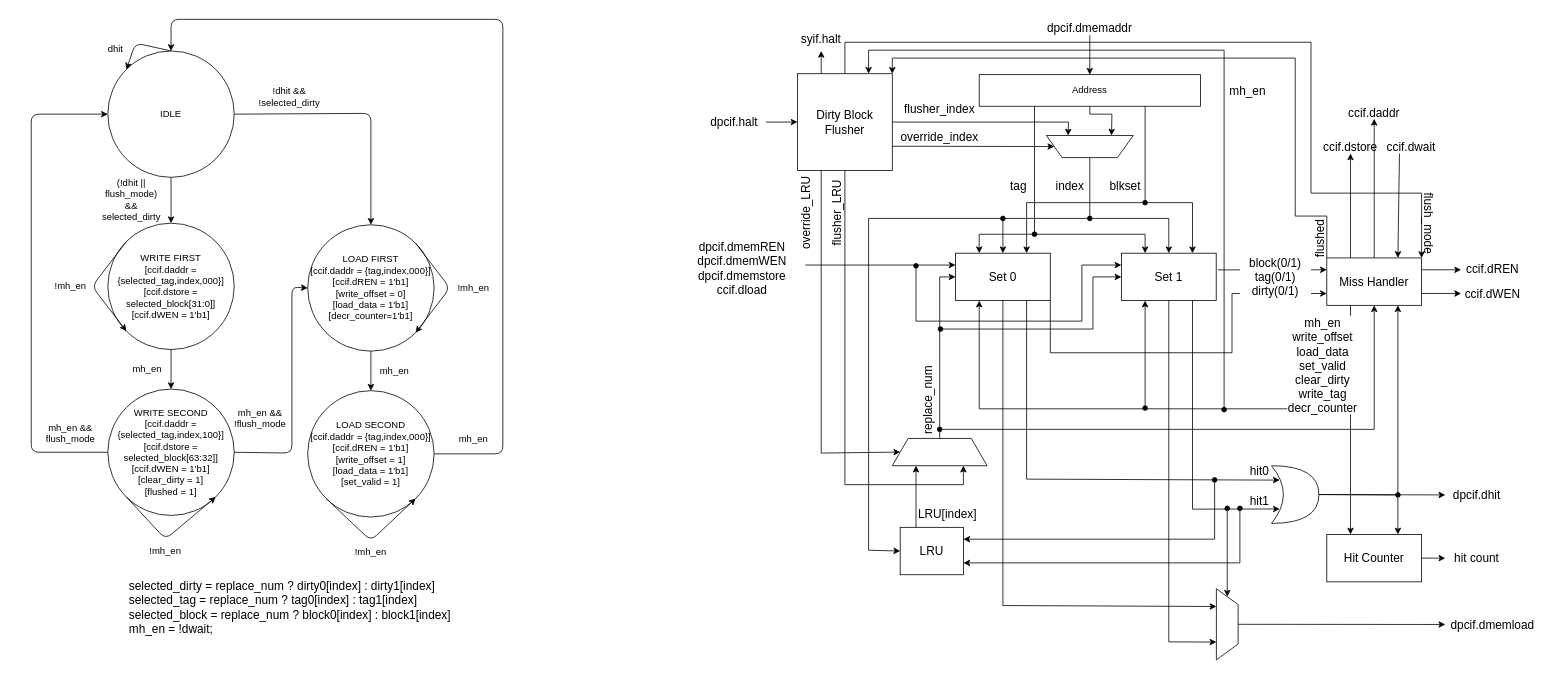
This is page "Page-2" (2 of 2) of Caches.drawio from dsrasheed/ece437, a draw.io file, before an edit. Source tidied: cells renumbered, new cells numbered last; positions are measured from the earlier drawing's top-left corner, leaving out a move shared by most shapes. Both pictures are drawn from the tidied source at 79%, with x=0, y=0 at pixel (31, 19).
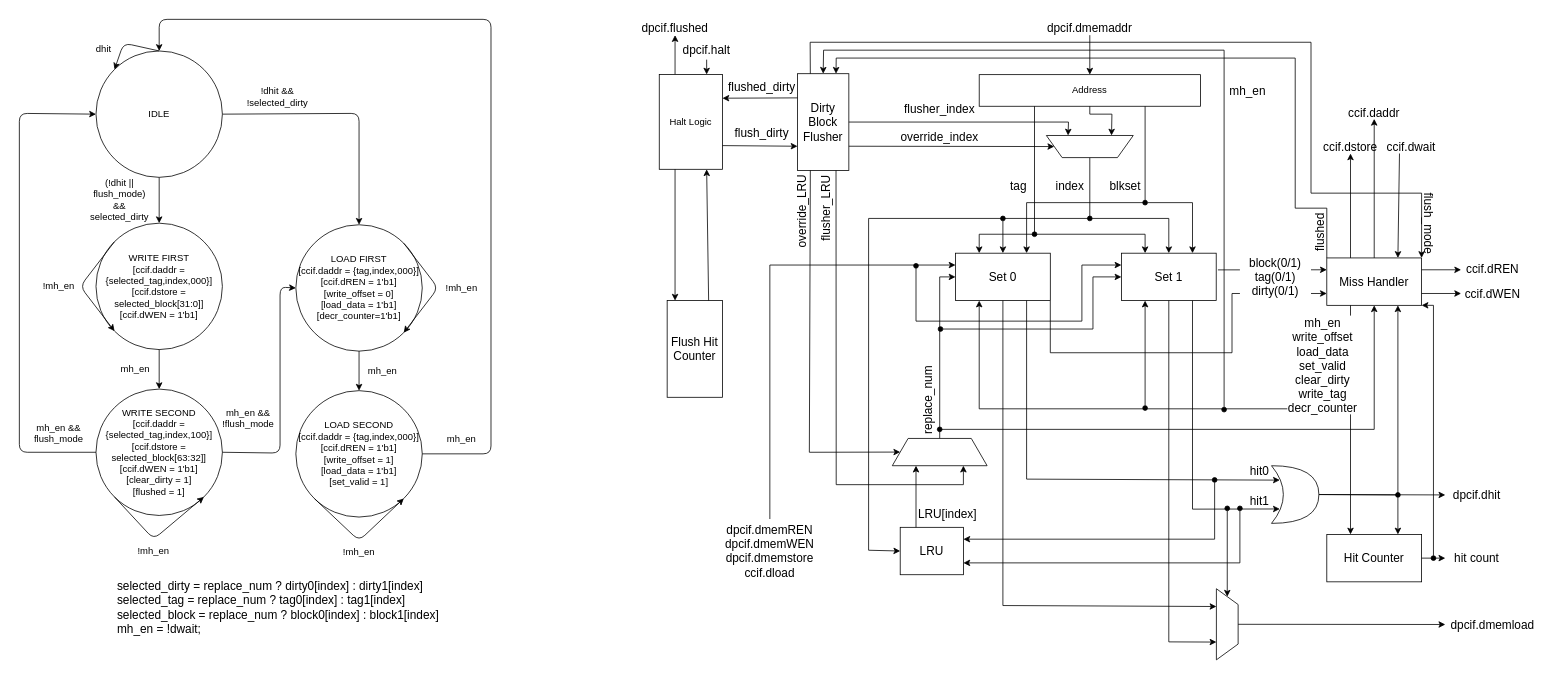
After the change.

Unchanged cells that the change refers to:
```xml
<mxCell id="27" value="Miss Handler" style="rounded=0;whiteSpace=wrap;html=1;fontSize=15;" parent="1" vertex="1">
  <mxGeometry x="1640" y="302" width="120" height="60" as="geometry" />
</mxCell>
<mxCell id="28" value="Set 0" style="rounded=0;whiteSpace=wrap;html=1;fontSize=15;" parent="1" vertex="1">
  <mxGeometry x="1170" y="296" width="120" height="60" as="geometry" />
</mxCell>
<mxCell id="61" style="shape=trapezoid;perimeter=trapezoidPerimeter;whiteSpace=wrap;html=1;fixedSize=1;fontSize=15;rotation=90;" parent="1" vertex="1">
  <mxGeometry x="1469" y="752" width="90" height="27.5" as="geometry" />
</mxCell>
<mxCell id="105" style="shape=trapezoid;perimeter=trapezoidPerimeter;whiteSpace=wrap;html=1;fixedSize=1;fontSize=15;strokeColor=default;fillColor=default;" parent="1" vertex="1">
  <mxGeometry x="1090" y="530.5" width="120" height="34.5" as="geometry" />
</mxCell>
```

Diff of the diagram source:
```diff
@@
     <mxCell id="2" value="WRITE FIRST&lt;br&gt;[ccif.daddr = {selected_tag,index,000}]&lt;br&gt;[ccif.dstore = selected_block[31:0]]&lt;br&gt;[ccif.dWEN = 1'b1]" style="ellipse;whiteSpace=wrap;html=1;" parent="1" vertex="1">
-      <mxGeometry x="97" y="258" width="160" height="160" as="geometry" />
+      <mxGeometry x="82" y="258" width="160" height="160" as="geometry" />
     </mxCell>
     <mxCell id="3" value="(!dhit || flush_mode) &amp;amp;&amp;amp; selected_dirty" style="text;html=1;strokeColor=none;fillColor=none;align=center;verticalAlign=middle;whiteSpace=wrap;rounded=0;" parent="1" vertex="1">
-      <mxGeometry x="87" y="218" width="80" height="20" as="geometry" />
+      <mxGeometry x="72" y="218" width="80" height="20" as="geometry" />
     </mxCell>
     <mxCell id="4" value="WRITE SECOND&lt;br&gt;[ccif.daddr = {selected_tag,index,100}]&lt;br&gt;[ccif.dstore = selected_block[63:32]]&lt;br&gt;[ccif.dWEN = 1'b1]&lt;br&gt;[clear_dirty = 1]&lt;br&gt;[flushed = 1]" style="ellipse;whiteSpace=wrap;html=1;" parent="1" vertex="1">
-      <mxGeometry x="97" y="468" width="160" height="160" as="geometry" />
+      <mxGeometry x="82" y="468" width="160" height="160" as="geometry" />
     </mxCell>
@@
     <mxCell id="6" style="endArrow=classic;html=1;rounded=1;entryX=0;entryY=1;entryDx=0;entryDy=0;exitX=0;exitY=0;exitDx=0;exitDy=0;" parent="1" edge="1" source="2" target="2">
       <mxGeometry relative="1" as="geometry">
         <Array as="points">
-          <mxPoint x="77" y="338" />
+          <mxPoint x="62" y="338" />
         </Array>
       </mxGeometry>
     </mxCell>
     <mxCell id="7" value="!mh_en" style="text;html=1;strokeColor=none;fillColor=none;align=center;verticalAlign=middle;whiteSpace=wrap;rounded=0;" parent="1" vertex="1">
-      <mxGeometry x="30" y="323" width="40" height="30" as="geometry" />
+      <mxGeometry x="15" y="323" width="40" height="30" as="geometry" />
     </mxCell>
     <mxCell id="8" value="mh_en" style="text;html=1;strokeColor=none;fillColor=none;align=center;verticalAlign=middle;whiteSpace=wrap;rounded=0;" parent="1" vertex="1">
-      <mxGeometry x="127" y="428" width="40" height="30" as="geometry" />
+      <mxGeometry x="112" y="428" width="40" height="30" as="geometry" />
     </mxCell>
     <mxCell id="9" style="endArrow=classic;html=1;exitX=0;exitY=1;exitDx=0;exitDy=0;entryX=1;entryY=1;entryDx=0;entryDy=0;rounded=1;" parent="1" edge="1" source="4" target="4">
       <mxGeometry relative="1" as="geometry">
         <Array as="points">
-          <mxPoint x="170" y="658" />
+          <mxPoint x="155" y="658" />
         </Array>
       </mxGeometry>
     </mxCell>
     <mxCell id="10" value="!mh_en" style="text;html=1;strokeColor=none;fillColor=none;align=center;verticalAlign=middle;whiteSpace=wrap;rounded=0;" parent="1" vertex="1">
-      <mxGeometry x="150" y="658" width="40" height="30" as="geometry" />
+      <mxGeometry x="135" y="658" width="40" height="30" as="geometry" />
     </mxCell>
     <mxCell id="11" value="LOAD FIRST&lt;br&gt;[ccif.daddr = {tag,index,000}]&lt;br&gt;[ccif.dREN = 1'b1]&lt;br&gt;[write_offset = 0]&lt;br&gt;[load_data = 1'b1]&lt;br&gt;[decr_counter=1'b1]" style="ellipse;whiteSpace=wrap;html=1;" parent="1" vertex="1">
-      <mxGeometry x="350" y="260" width="160" height="160" as="geometry" />
+      <mxGeometry x="335" y="260" width="160" height="160" as="geometry" />
     </mxCell>
     <mxCell id="12" style="endArrow=classic;html=1;rounded=1;entryX=0;entryY=0.5;entryDx=0;entryDy=0;exitX=1;exitY=0.5;exitDx=0;exitDy=0;" parent="1" edge="1" source="4" target="11">
       <mxGeometry relative="1" as="geometry">
         <Array as="points">
-          <mxPoint x="330" y="549" />
-          <mxPoint x="330" y="339" />
+          <mxPoint x="315" y="549" />
+          <mxPoint x="315" y="339" />
         </Array>
       </mxGeometry>
     </mxCell>
     <mxCell id="13" value="mh_en &amp;amp;&amp;amp; !flush_mode" style="text;html=1;strokeColor=none;fillColor=none;align=center;verticalAlign=middle;whiteSpace=wrap;rounded=0;" parent="1" vertex="1">
-      <mxGeometry x="270" y="490" width="40" height="30" as="geometry" />
+      <mxGeometry x="255" y="490" width="40" height="30" as="geometry" />
     </mxCell>
@@
     <mxCell id="15" value="LOAD SECOND&lt;br&gt;[ccif.daddr = {tag,index,000}]&lt;br&gt;[ccif.dREN = 1'b1]&lt;br&gt;[write_offset = 1]&lt;br&gt;[load_data = 1'b1]&lt;br&gt;[set_valid = 1]" style="ellipse;whiteSpace=wrap;html=1;" parent="1" vertex="1">
-      <mxGeometry x="350" y="470" width="160" height="160" as="geometry" />
+      <mxGeometry x="335" y="470" width="160" height="160" as="geometry" />
     </mxCell>
     <mxCell id="16" style="endArrow=classic;html=1;rounded=1;exitX=1;exitY=0;exitDx=0;exitDy=0;entryX=1;entryY=1;entryDx=0;entryDy=0;" parent="1" edge="1" source="11" target="11">
       <mxGeometry relative="1" as="geometry">
         <Array as="points">
-          <mxPoint x="530" y="340" />
+          <mxPoint x="515" y="340" />
         </Array>
       </mxGeometry>
     </mxCell>
     <mxCell id="17" value="!mh_en" style="text;html=1;strokeColor=none;fillColor=none;align=center;verticalAlign=middle;whiteSpace=wrap;rounded=0;" parent="1" vertex="1">
-      <mxGeometry x="540" y="325" width="40" height="30" as="geometry" />
+      <mxGeometry x="525" y="325" width="40" height="30" as="geometry" />
     </mxCell>
     <mxCell id="18" value="mh_en" style="text;html=1;strokeColor=none;fillColor=none;align=center;verticalAlign=middle;whiteSpace=wrap;rounded=0;" parent="1" vertex="1">
-      <mxGeometry x="440" y="430" width="40" height="30" as="geometry" />
+      <mxGeometry x="425" y="430" width="40" height="30" as="geometry" />
     </mxCell>
@@
     <mxCell id="20" style="endArrow=classic;html=1;rounded=1;exitX=1;exitY=0.5;exitDx=0;exitDy=0;entryX=0.5;entryY=0;entryDx=0;entryDy=0;" parent="1" edge="1" source="68" target="11">
       <mxGeometry relative="1" as="geometry">
         <Array as="points">
-          <mxPoint x="430" y="119" />
+          <mxPoint x="415" y="119" />
         </Array>
       </mxGeometry>
     </mxCell>
     <mxCell id="21" value="!dhit &amp;amp;&amp;amp; !selected_dirty" style="text;html=1;strokeColor=none;fillColor=none;align=center;verticalAlign=middle;whiteSpace=wrap;rounded=0;" parent="1" vertex="1">
-      <mxGeometry x="287" y="88" width="80" height="20" as="geometry" />
+      <mxGeometry x="272" y="88" width="80" height="20" as="geometry" />
     </mxCell>
     <mxCell id="22" style="endArrow=classic;html=1;rounded=1;exitX=0;exitY=1;exitDx=0;exitDy=0;entryX=1;entryY=1;entryDx=0;entryDy=0;" parent="1" edge="1" source="15" target="15">
       <mxGeometry relative="1" as="geometry">
         <Array as="points">
-          <mxPoint x="430" y="660" />
+          <mxPoint x="415" y="660" />
         </Array>
       </mxGeometry>
     </mxCell>
     <mxCell id="23" value="!mh_en" style="text;html=1;strokeColor=none;fillColor=none;align=center;verticalAlign=middle;whiteSpace=wrap;rounded=0;" parent="1" vertex="1">
-      <mxGeometry x="410" y="660" width="40" height="30" as="geometry" />
+      <mxGeometry x="395" y="660" width="40" height="30" as="geometry" />
     </mxCell>
     <mxCell id="24" value="mh_en" style="text;html=1;strokeColor=none;fillColor=none;align=center;verticalAlign=middle;whiteSpace=wrap;rounded=0;" parent="1" vertex="1">
-      <mxGeometry x="530" y="516.5" width="60" height="30" as="geometry" />
+      <mxGeometry x="515" y="516.5" width="60" height="30" as="geometry" />
     </mxCell>
     <mxCell id="25" style="endArrow=classic;html=1;rounded=1;exitX=1;exitY=0.5;exitDx=0;exitDy=0;entryX=0.5;entryY=0;entryDx=0;entryDy=0;" parent="1" edge="1" source="15" target="68">
       <mxGeometry relative="1" as="geometry">
         <Array as="points">
-          <mxPoint x="597" y="550" />
-          <mxPoint x="597" />
-          <mxPoint x="177" />
+          <mxPoint x="582" y="550" />
+          <mxPoint x="582" />
+          <mxPoint x="162" />
         </Array>
       </mxGeometry>
     </mxCell>
     <mxCell id="26" value="&lt;font style=&quot;font-size: 15px&quot;&gt;selected_dirty = replace_num ? dirty0[index] : dirty1[index]&amp;nbsp;&lt;br&gt;selected_tag = replace_num ? tag0[index] : tag1[index]&amp;nbsp;&lt;br&gt;selected_block = replace_num ? block0[index] : block1[index]&amp;nbsp;&lt;br&gt;mh_en = !dwait;&lt;br&gt;&lt;/font&gt;" style="text;html=1;strokeColor=none;fillColor=none;align=left;verticalAlign=middle;whiteSpace=wrap;rounded=0;" parent="1" vertex="1">
-      <mxGeometry x="122" y="700" width="430" height="87.5" as="geometry" />
+      <mxGeometry x="107" y="700" width="430" height="87.5" as="geometry" />
     </mxCell>
@@
-    <mxCell id="56" style="endArrow=classic;html=1;rounded=0;fontSize=15;entryX=0;entryY=0.25;entryDx=0;entryDy=0;" parent="1" edge="1" target="28">
+    <mxCell id="56" style="endArrow=classic;html=1;rounded=0;fontSize=15;entryX=0;entryY=0.25;entryDx=0;entryDy=0;exitX=0.5;exitY=0;exitDx=0;exitDy=0;" parent="1" edge="1" source="57" target="28">
       <mxGeometry relative="1" as="geometry">
-        <mxPoint x="980" y="311" as="sourcePoint" />
+        <Array as="points">
+          <mxPoint x="935" y="311" />
+        </Array>
       </mxGeometry>
     </mxCell>
     <mxCell id="57" value="dpcif.dmemREN&lt;br&gt;dpcif.dmemWEN&lt;br&gt;dpcif.dmemstore&lt;br&gt;ccif.dload" style="text;html=1;strokeColor=none;fillColor=none;align=center;verticalAlign=middle;whiteSpace=wrap;rounded=0;fontSize=15;" parent="1" vertex="1">
-      <mxGeometry x="870" y="300" width="60" height="30" as="geometry" />
+      <mxGeometry x="905" y="632.5" width="60" height="81" as="geometry" />
     </mxCell>
@@
-    <mxCell id="67" style="endArrow=classic;html=1;rounded=0;fontSize=15;entryX=0.25;entryY=1;entryDx=0;entryDy=0;exitX=0.5;exitY=1;exitDx=0;exitDy=0;" parent="1" edge="1" source="28" target="61">
+    <mxCell id="67" style="endArrow=classic;html=1;rounded=0;fontSize=15;exitX=0.5;exitY=1;exitDx=0;exitDy=0;entryX=0.25;entryY=1;entryDx=0;entryDy=0;" parent="1" edge="1" source="28" target="61">
       <mxGeometry relative="1" as="geometry">
         <Array as="points">
           <mxPoint x="1230" y="742" />
         </Array>
       </mxGeometry>
     </mxCell>
     <mxCell id="68" value="IDLE" style="ellipse;whiteSpace=wrap;html=1;" parent="1" vertex="1">
-      <mxGeometry x="97" y="40" width="160" height="160" as="geometry" />
+      <mxGeometry x="82" y="40" width="160" height="160" as="geometry" />
     </mxCell>
@@
     <mxCell id="88" value="Dirty Block Flusher" style="rounded=0;whiteSpace=wrap;html=1;fontSize=15;strokeColor=default;fillColor=default;" parent="1" vertex="1">
-      <mxGeometry x="970" y="68.8" width="120" height="122.4" as="geometry" />
+      <mxGeometry x="970" y="68.8" width="65" height="122.4" as="geometry" />
     </mxCell>
     <mxCell id="89" style="endArrow=classic;html=1;rounded=1;fontSize=15;entryX=0;entryY=0;entryDx=0;entryDy=0;exitX=0.5;exitY=0;exitDx=0;exitDy=0;" parent="1" edge="1" source="68" target="68">
       <mxGeometry relative="1" as="geometry">
         <Array as="points">
-          <mxPoint x="132" y="30" />
+          <mxPoint x="117" y="30" />
         </Array>
       </mxGeometry>
     </mxCell>
     <mxCell id="90" value="dhit" style="text;html=1;strokeColor=none;fillColor=none;align=center;verticalAlign=middle;whiteSpace=wrap;rounded=0;" parent="1" vertex="1">
-      <mxGeometry x="92" y="27.9" width="30" height="20" as="geometry" />
+      <mxGeometry x="77" y="27.9" width="30" height="20" as="geometry" />
     </mxCell>
     <mxCell id="91" value="mh_en &amp;amp;&amp;amp; flush_mode" style="text;html=1;strokeColor=none;fillColor=none;align=center;verticalAlign=middle;whiteSpace=wrap;rounded=0;" parent="1" vertex="1">
-      <mxGeometry x="30" y="509" width="40" height="30" as="geometry" />
+      <mxGeometry x="15" y="509" width="40" height="30" as="geometry" />
     </mxCell>
@@
-    <mxCell id="98" style="endArrow=classic;html=1;rounded=0;fontSize=15;entryX=0;entryY=0.5;entryDx=0;entryDy=0;" parent="1" edge="1" target="88">
+    <mxCell id="98" style="endArrow=classic;html=1;rounded=0;fontSize=15;exitX=0.5;exitY=1;exitDx=0;exitDy=0;entryX=0.75;entryY=0;entryDx=0;entryDy=0;" parent="1" edge="1" target="117">
       <mxGeometry relative="1" as="geometry">
-        <mxPoint x="930" y="130" as="sourcePoint" />
+        <mxPoint x="855" y="51" as="sourcePoint" />
       </mxGeometry>
     </mxCell>
     <mxCell id="99" value="dpcif.halt" style="text;html=1;strokeColor=none;fillColor=none;align=center;verticalAlign=middle;whiteSpace=wrap;rounded=0;fontSize=15;" parent="1" vertex="1">
-      <mxGeometry x="860" y="115" width="60" height="30" as="geometry" />
+      <mxGeometry x="825" y="22.9" width="60" height="30" as="geometry" />
     </mxCell>
-    <mxCell id="100" style="endArrow=classic;html=1;rounded=0;fontSize=15;exitX=0.25;exitY=0;exitDx=0;exitDy=0;" parent="1" edge="1" source="88">
-      <mxGeometry relative="1" as="geometry">
-        <mxPoint x="1000" y="40" as="targetPoint" />
-      </mxGeometry>
+    <mxCell id="100" style="endArrow=classic;html=1;rounded=0;fontSize=15;exitX=0.25;exitY=0;exitDx=0;exitDy=0;" parent="1" edge="1" source="117" target="104">
+      <mxGeometry relative="1" as="geometry" />
     </mxCell>
-    <mxCell id="101" style="endArrow=classic;html=1;rounded=0;fontSize=15;entryX=1;entryY=0;entryDx=0;entryDy=0;exitX=0.5;exitY=0;exitDx=0;exitDy=0;" parent="1" edge="1" source="88" target="27">
+    <mxCell id="101" style="endArrow=classic;html=1;rounded=0;fontSize=15;entryX=1;entryY=0;entryDx=0;entryDy=0;exitX=0.25;exitY=0;exitDx=0;exitDy=0;" parent="1" edge="1" source="88" target="27">
       <mxGeometry relative="1" as="geometry">
         <Array as="points">
-          <mxPoint x="1030" y="29" />
+          <mxPoint x="986" y="29" />
           <mxPoint x="1620" y="29" />
           <mxPoint x="1620" y="220" />
           <mxPoint x="1760" y="220" />
         </Array>
       </mxGeometry>
     </mxCell>
@@
-    <mxCell id="104" value="syif.halt" style="text;html=1;strokeColor=none;fillColor=none;align=center;verticalAlign=middle;whiteSpace=wrap;rounded=0;fontSize=15;" parent="1" vertex="1">
-      <mxGeometry x="970" y="15" width="60" height="20" as="geometry" />
+    <mxCell id="104" value="dpcif.flushed" style="text;html=1;strokeColor=none;fillColor=none;align=center;verticalAlign=middle;whiteSpace=wrap;rounded=0;fontSize=15;" parent="1" vertex="1">
+      <mxGeometry x="785" width="60" height="20" as="geometry" />
     </mxCell>
@@
     <mxCell id="107" style="endArrow=classic;html=1;rounded=0;fontSize=15;entryX=0;entryY=0.5;entryDx=0;entryDy=0;exitX=0.25;exitY=1;exitDx=0;exitDy=0;" parent="1" edge="1" source="88" target="105">
       <mxGeometry relative="1" as="geometry">
         <Array as="points">
-          <mxPoint x="1000" y="549" />
+          <mxPoint x="985" y="548" />
         </Array>
       </mxGeometry>
     </mxCell>
     <mxCell id="108" value="override_LRU" style="text;html=1;strokeColor=none;fillColor=none;align=center;verticalAlign=middle;whiteSpace=wrap;rounded=0;fontSize=15;rotation=-90;" parent="1" vertex="1">
-      <mxGeometry x="950" y="230" width="60" height="30" as="geometry" />
+      <mxGeometry x="945" y="228" width="60" height="30" as="geometry" />
     </mxCell>
-    <mxCell id="109" style="endArrow=classic;html=1;rounded=0;fontSize=15;exitX=0.5;exitY=1;exitDx=0;exitDy=0;entryX=0.75;entryY=1;entryDx=0;entryDy=0;" parent="1" edge="1" source="88" target="105">
+    <mxCell id="109" style="endArrow=classic;html=1;rounded=0;fontSize=15;exitX=0.75;exitY=1;exitDx=0;exitDy=0;entryX=0.75;entryY=1;entryDx=0;entryDy=0;" parent="1" edge="1" source="88" target="105">
       <mxGeometry relative="1" as="geometry">
         <Array as="points">
-          <mxPoint x="1030" y="589" />
+          <mxPoint x="1019" y="589" />
           <mxPoint x="1180" y="589" />
         </Array>
       </mxGeometry>
     </mxCell>
     <mxCell id="110" value="flusher_LRU" style="text;html=1;strokeColor=none;fillColor=none;align=center;verticalAlign=middle;whiteSpace=wrap;rounded=0;fontSize=15;rotation=-90;" parent="1" vertex="1">
-      <mxGeometry x="990" y="230" width="60" height="30" as="geometry" />
+      <mxGeometry x="975" y="224" width="60" height="30" as="geometry" />
     </mxCell>
@@
     <mxCell id="112" style="endArrow=classic;html=1;rounded=1;fontSize=15;entryX=0;entryY=0.5;entryDx=0;entryDy=0;exitX=0;exitY=0.5;exitDx=0;exitDy=0;" parent="1" edge="1" source="4" target="68">
       <mxGeometry relative="1" as="geometry">
         <Array as="points">
-          <mxPoint y="548" />
-          <mxPoint y="120" />
+          <mxPoint x="-15" y="548" />
+          <mxPoint x="-15" y="119" />
         </Array>
       </mxGeometry>
     </mxCell>
-    <mxCell id="113" style="endArrow=classic;html=1;rounded=0;fontSize=15;entryX=0.75;entryY=0;entryDx=0;entryDy=0;startArrow=oval;startFill=1;" parent="1" edge="1" target="88">
+    <mxCell id="113" style="endArrow=classic;html=1;rounded=0;fontSize=15;entryX=0.5;entryY=0;entryDx=0;entryDy=0;startArrow=oval;startFill=1;" parent="1" edge="1" target="88">
       <mxGeometry relative="1" as="geometry">
         <mxPoint x="1510" y="494" as="sourcePoint" />
         <Array as="points">
           <mxPoint x="1510" y="39" />
-          <mxPoint x="1060" y="39" />
+          <mxPoint x="1003" y="39" />
         </Array>
       </mxGeometry>
     </mxCell>
@@
-    <mxCell id="115" style="endArrow=classic;html=1;rounded=0;fontSize=15;entryX=1;entryY=0;entryDx=0;entryDy=0;exitX=0;exitY=0;exitDx=0;exitDy=0;" parent="1" edge="1" source="27" target="88">
+    <mxCell id="115" style="endArrow=classic;html=1;rounded=0;fontSize=15;entryX=0.75;entryY=0;entryDx=0;entryDy=0;exitX=0;exitY=0;exitDx=0;exitDy=0;" parent="1" edge="1" source="27" target="88">
       <mxGeometry relative="1" as="geometry">
         <Array as="points">
-          <mxPoint x="1640" y="249" />
-          <mxPoint x="1600" y="249" />
+          <mxPoint x="1640" y="239" />
+          <mxPoint x="1600" y="239" />
           <mxPoint x="1600" y="49" />
-          <mxPoint x="1090" y="49" />
+          <mxPoint x="1019" y="49" />
         </Array>
       </mxGeometry>
     </mxCell>
     <mxCell id="116" value="flushed" style="text;html=1;strokeColor=none;fillColor=none;align=center;verticalAlign=middle;whiteSpace=wrap;rounded=0;fontSize=15;rotation=-90;" parent="1" vertex="1">
-      <mxGeometry x="1600" y="268" width="60" height="19" as="geometry" />
+      <mxGeometry x="1600" y="260" width="60" height="19" as="geometry" />
     </mxCell>
+    <mxCell id="117" value="Halt Logic" style="rounded=0;whiteSpace=wrap;html=1;" parent="1" vertex="1">
+      <mxGeometry x="795" y="69.8" width="80" height="120" as="geometry" />
+    </mxCell>
+    <mxCell id="118" style="endArrow=classic;html=1;rounded=0;entryX=1;entryY=0.25;entryDx=0;entryDy=0;exitX=0;exitY=0.25;exitDx=0;exitDy=0;" parent="1" edge="1" source="88" target="117">
+      <mxGeometry relative="1" as="geometry" />
+    </mxCell>
+    <mxCell id="119" value="flushed_dirty" style="text;html=1;strokeColor=none;fillColor=none;align=center;verticalAlign=middle;whiteSpace=wrap;rounded=0;fontSize=15;" parent="1" vertex="1">
+      <mxGeometry x="895" y="70" width="60" height="30" as="geometry" />
+    </mxCell>
+    <mxCell id="120" style="endArrow=classic;html=1;rounded=0;entryX=0;entryY=0.75;entryDx=0;entryDy=0;exitX=1;exitY=0.75;exitDx=0;exitDy=0;" parent="1" edge="1" source="117" target="88">
+      <mxGeometry relative="1" as="geometry" />
+    </mxCell>
+    <mxCell id="121" value="flush_dirty" style="text;html=1;strokeColor=none;fillColor=none;align=center;verticalAlign=middle;whiteSpace=wrap;rounded=0;fontSize=15;" parent="1" vertex="1">
+      <mxGeometry x="895" y="127.9" width="60" height="30" as="geometry" />
+    </mxCell>
+    <mxCell id="122" style="endArrow=classic;html=1;rounded=0;exitX=0.25;exitY=1;exitDx=0;exitDy=0;entryX=0.25;entryY=0;entryDx=0;entryDy=0;" parent="1" edge="1" source="117">
+      <mxGeometry relative="1" as="geometry">
+        <mxPoint x="815" y="356" as="targetPoint" />
+      </mxGeometry>
+    </mxCell>
+    <mxCell id="123" value="Flush Hit Counter" style="rounded=0;whiteSpace=wrap;html=1;fontSize=15;strokeColor=default;fillColor=default;" parent="1" vertex="1">
+      <mxGeometry x="805" y="356" width="70" height="122.4" as="geometry" />
+    </mxCell>
+    <mxCell id="124" style="endArrow=classic;html=1;rounded=0;entryX=0.75;entryY=1;entryDx=0;entryDy=0;exitX=0.75;exitY=0;exitDx=0;exitDy=0;" parent="1" edge="1" source="123" target="117">
+      <mxGeometry relative="1" as="geometry" />
+    </mxCell>
+    <mxCell id="125" style="endArrow=classic;html=1;rounded=0;entryX=1;entryY=1;entryDx=0;entryDy=0;startArrow=oval;startFill=1;" parent="1" edge="1" target="27">
+      <mxGeometry relative="1" as="geometry">
+        <mxPoint x="1775" y="682" as="sourcePoint" />
+        <Array as="points">
+          <mxPoint x="1775" y="362" />
+        </Array>
+      </mxGeometry>
+    </mxCell>
```
